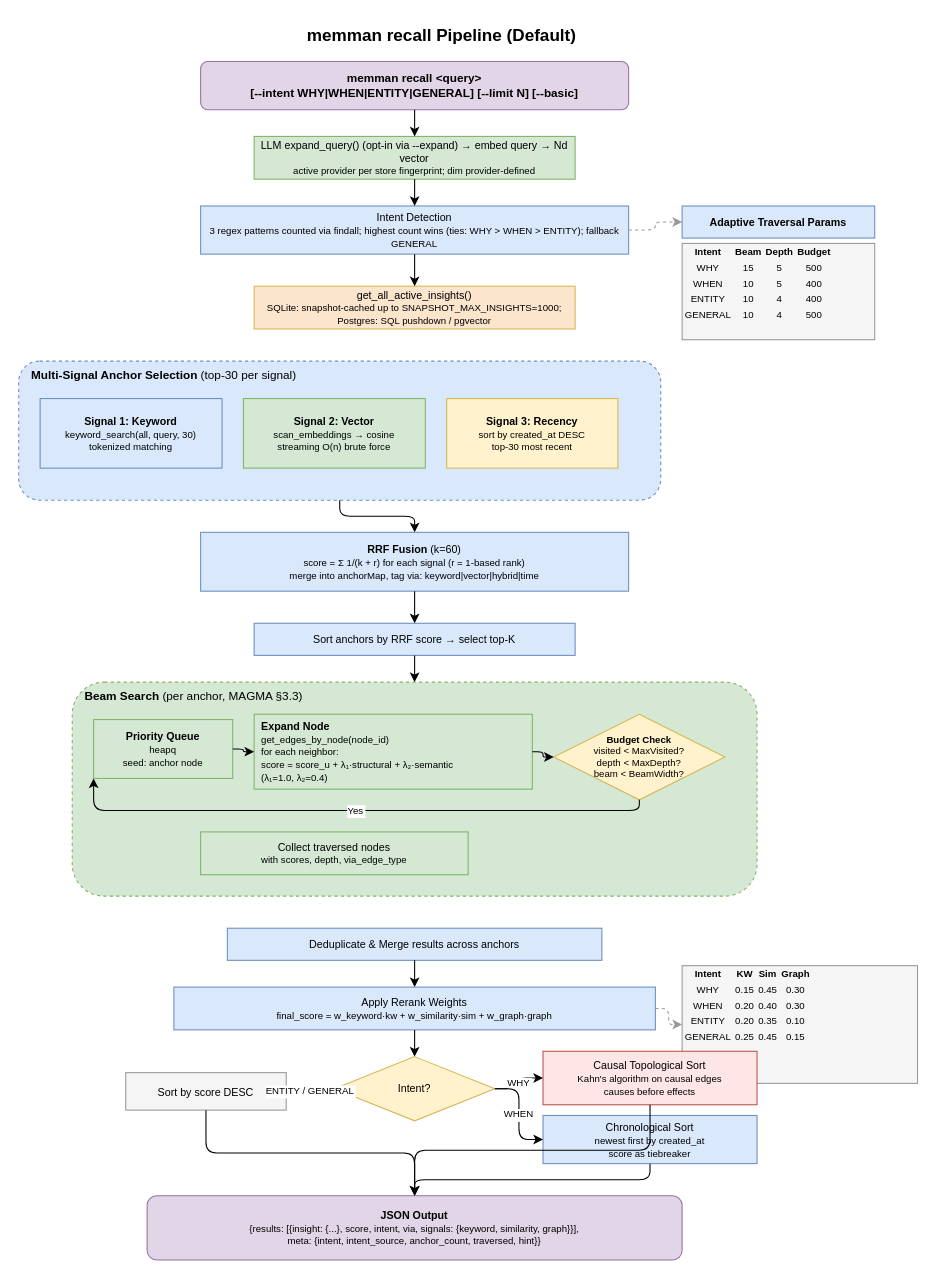
This is docs/diagrams/03-smart-recall-pipeline.drawio from bissli/memman, a draw.io file, before an edit. Source tidied: cells renumbered, new cells numbered last; positions are measured from the earlier drawing's top-left corner, leaving out a move shared by most shapes. Both pictures are drawn from the tidied source at 107%, with x=0, y=0 at pixel (18, 18).
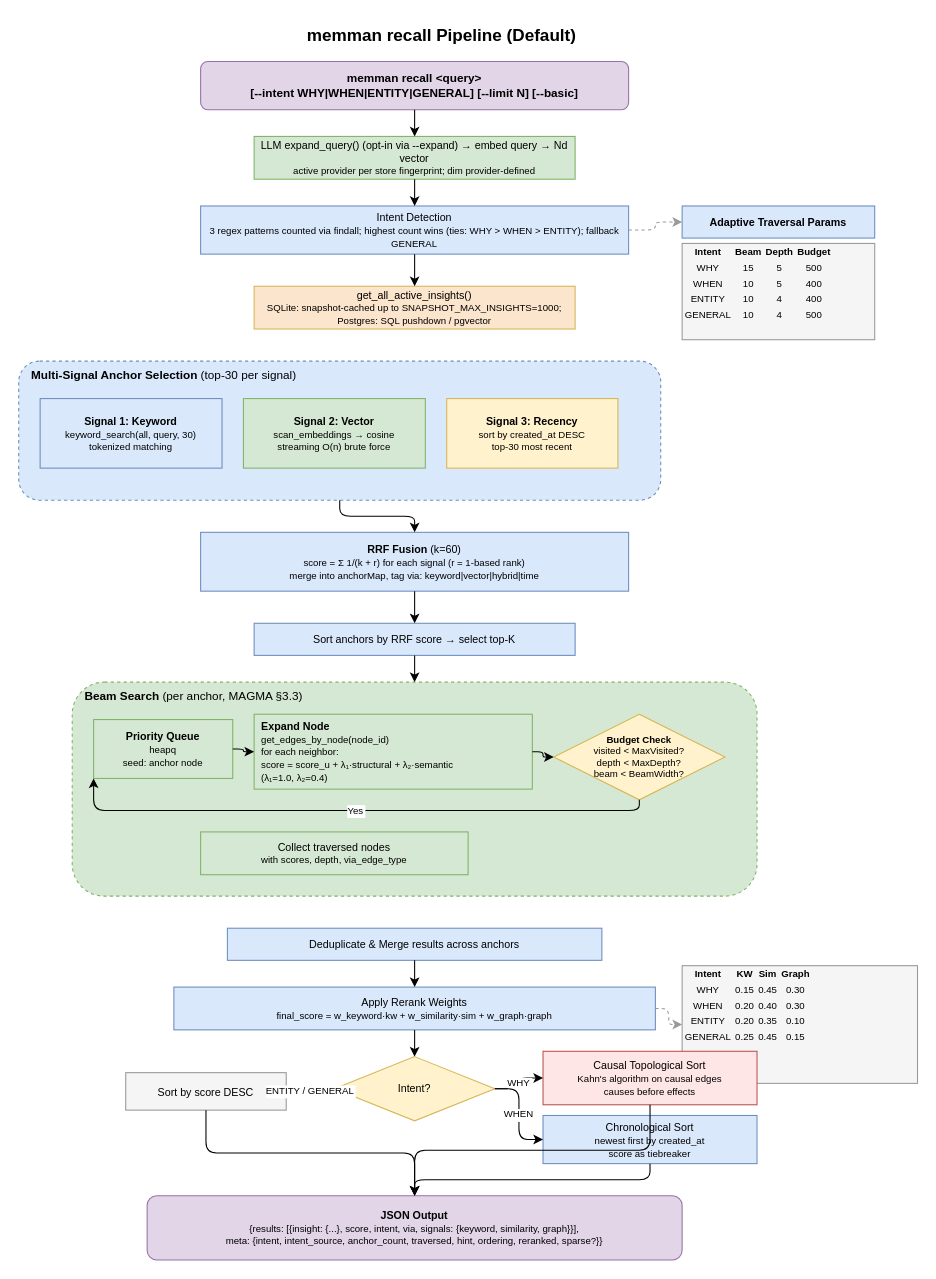
After the change.

The edit, as a diff of the source:
```diff
@@
-    <mxCell id="43" value="&lt;b&gt;JSON Output&lt;/b&gt;&lt;br&gt;&lt;font style=&quot;font-size:9px&quot;&gt;{results: [{insight: {...}, score, intent, via, signals: {keyword, similarity, graph}}],&lt;br&gt; meta: {intent, intent_source, anchor_count, traversed, hint}}&lt;/font&gt;" style="rounded=1;whiteSpace=wrap;html=1;fillColor=#e1d5e7;strokeColor=#9673a6;fontSize=10;" parent="1" vertex="1">
+    <mxCell id="43" value="&lt;b&gt;JSON Output&lt;/b&gt;&lt;br&gt;&lt;font style=&quot;font-size:9px&quot;&gt;{results: [{insight: {...}, score, intent, via, signals: {keyword, similarity, graph}}],&lt;br&gt; meta: {intent, intent_source, anchor_count, traversed, hint, ordering, reranked, sparse?}}&lt;/font&gt;" style="rounded=1;whiteSpace=wrap;html=1;fillColor=#e1d5e7;strokeColor=#9673a6;fontSize=10;" parent="1" vertex="1">
       <mxGeometry x="120" y="1100" width="500" height="60" as="geometry" />
     </mxCell>
```
